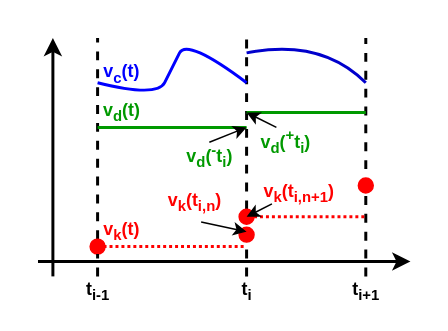
The draw.io diagram docs/images/PieceWiseContinuousVariables.drawio in modelica/fmi-standard, before the edit. Source tidied: cells renumbered, new cells numbered last; positions are measured from the earlier drawing's top-left corner, leaving out a move shared by most shapes. Both pictures are drawn from the tidied source at 149%, with x=0, y=0 at pixel (37, 37).
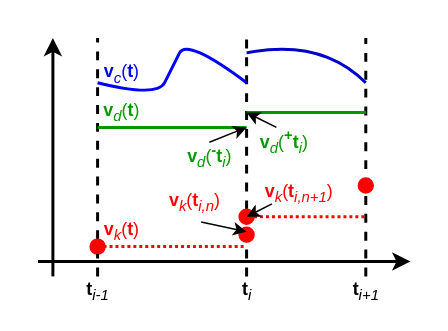
Above is the later version.

The edit, as a diff of the source:
```diff
@@
-    <mxCell id="18" value="&lt;b&gt;t&lt;sub&gt;i-1&lt;/sub&gt;&lt;/b&gt;" style="text;html=1;align=center;verticalAlign=middle;fillColor=none;strokeColor=none;rounded=0;" parent="1" vertex="1">
+    <mxCell id="18" value="&lt;b&gt;t&lt;/b&gt;&lt;sub&gt;&lt;i&gt;i-1&lt;/i&gt;&lt;/sub&gt;" style="text;html=1;align=center;verticalAlign=middle;fillColor=none;strokeColor=none;rounded=0;" parent="1" vertex="1">
       <mxGeometry x="25" y="160" width="30" height="20" as="geometry" />
     </mxCell>
-    <mxCell id="19" value="&lt;b&gt;t&lt;sub&gt;i+1&lt;/sub&gt;&lt;/b&gt;" style="text;html=1;align=center;verticalAlign=middle;fillColor=none;strokeColor=none;rounded=0;" parent="1" vertex="1">
+    <mxCell id="19" value="&lt;b&gt;t&lt;/b&gt;&lt;sub&gt;&lt;i&gt;i+1&lt;/i&gt;&lt;/sub&gt;" style="text;html=1;align=center;verticalAlign=middle;fillColor=none;strokeColor=none;rounded=0;" parent="1" vertex="1">
       <mxGeometry x="205" y="160" width="30" height="20" as="geometry" />
     </mxCell>
-    <mxCell id="20" value="&lt;b&gt;t&lt;sub&gt;i&lt;/sub&gt;&lt;/b&gt;" style="text;html=1;align=center;verticalAlign=middle;fillColor=none;strokeColor=none;rounded=0;" parent="1" vertex="1">
+    <mxCell id="20" value="&lt;b&gt;t&lt;/b&gt;&lt;sub&gt;&lt;i&gt;i&lt;/i&gt;&lt;/sub&gt;" style="text;html=1;align=center;verticalAlign=middle;fillColor=none;strokeColor=none;rounded=0;" parent="1" vertex="1">
       <mxGeometry x="130" y="160" width="20" height="20" as="geometry" />
     </mxCell>
-    <mxCell id="21" value="&lt;font color=&quot;#0000ff&quot;&gt;&lt;b&gt;v&lt;sub&gt;c&lt;/sub&gt;&lt;/b&gt;&lt;b&gt;(t)&lt;/b&gt;&lt;/font&gt;" style="text;html=1;align=center;verticalAlign=middle;fillColor=none;strokeColor=none;rounded=0;" parent="1" vertex="1">
+    <mxCell id="21" value="&lt;font color=&quot;#0000ff&quot;&gt;&lt;b&gt;v&lt;/b&gt;&lt;sub&gt;&lt;i&gt;c&lt;/i&gt;&lt;/sub&gt;(&lt;b&gt;t&lt;/b&gt;)&lt;/font&gt;" style="text;html=1;align=center;verticalAlign=middle;fillColor=none;strokeColor=none;rounded=0;" parent="1" vertex="1">
       <mxGeometry x="36" y="14" width="40" height="20" as="geometry" />
     </mxCell>
-    <mxCell id="22" value="&lt;font color=&quot;#009900&quot;&gt;&lt;b&gt;v&lt;sub&gt;d&lt;/sub&gt;&lt;/b&gt;&lt;b&gt;(t)&lt;/b&gt;&lt;/font&gt;" style="text;html=1;align=center;verticalAlign=middle;fillColor=none;strokeColor=none;rounded=0;" parent="1" vertex="1">
+    <mxCell id="22" value="&lt;font color=&quot;#009900&quot;&gt;&lt;b&gt;v&lt;/b&gt;&lt;sub&gt;&lt;i&gt;d&lt;/i&gt;&lt;/sub&gt;(&lt;b&gt;t&lt;/b&gt;)&lt;/font&gt;" style="text;html=1;align=center;verticalAlign=middle;fillColor=none;strokeColor=none;rounded=0;" parent="1" vertex="1">
       <mxGeometry x="36" y="40" width="40" height="20" as="geometry" />
     </mxCell>
-    <mxCell id="23" value="&lt;font color=&quot;#ff0000&quot;&gt;&lt;b&gt;v&lt;sub&gt;k&lt;/sub&gt;&lt;/b&gt;&lt;b&gt;(t)&lt;/b&gt;&lt;/font&gt;" style="text;html=1;align=center;verticalAlign=middle;fillColor=none;strokeColor=none;rounded=0;" parent="1" vertex="1">
+    <mxCell id="23" value="&lt;font color=&quot;#ff0000&quot;&gt;&lt;b&gt;v&lt;/b&gt;&lt;sub&gt;&lt;i&gt;k&lt;/i&gt;&lt;/sub&gt;(&lt;b&gt;t&lt;/b&gt;)&lt;/font&gt;" style="text;html=1;align=center;verticalAlign=middle;fillColor=none;strokeColor=none;rounded=0;" parent="1" vertex="1">
       <mxGeometry x="36" y="120" width="40" height="20" as="geometry" />
     </mxCell>
-    <mxCell id="24" value="&lt;font color=&quot;#009900&quot;&gt;&lt;b&gt;v&lt;sub&gt;d&lt;/sub&gt;&lt;/b&gt;&lt;b&gt;(&lt;sup&gt;-&lt;/sup&gt;t&lt;sub&gt;i&lt;/sub&gt;)&lt;/b&gt;&lt;/font&gt;" style="text;html=1;align=center;verticalAlign=middle;points=[];fillColor=none;strokeColor=none;rounded=0;" parent="1" vertex="1">
+    <mxCell id="24" value="&lt;font color=&quot;#009900&quot;&gt;&lt;b&gt;v&lt;/b&gt;&lt;sub&gt;&lt;i&gt;d&lt;/i&gt;&lt;/sub&gt;(&lt;sup style=&quot;font-weight: bold&quot;&gt;-&lt;/sup&gt;&lt;b&gt;t&lt;/b&gt;&lt;sub&gt;&lt;i&gt;i&lt;/i&gt;&lt;/sub&gt;)&lt;/font&gt;" style="text;html=1;align=center;verticalAlign=middle;points=[];fillColor=none;strokeColor=none;rounded=0;" parent="1" vertex="1">
       <mxGeometry x="90" y="65" width="50" height="30" as="geometry" />
     </mxCell>
-    <mxCell id="25" value="&lt;font color=&quot;#009900&quot;&gt;&lt;b&gt;v&lt;sub&gt;d&lt;/sub&gt;&lt;/b&gt;&lt;b&gt;(&lt;sup&gt;+&lt;/sup&gt;t&lt;sub&gt;i&lt;/sub&gt;)&lt;/b&gt;&lt;/font&gt;" style="text;html=1;align=center;verticalAlign=middle;fillColor=none;strokeColor=none;rounded=0;" parent="1" vertex="1">
-      <mxGeometry x="141" y="55" width="50" height="30" as="geometry" />
+    <mxCell id="25" value="&lt;font color=&quot;#009900&quot;&gt;&lt;b&gt;v&lt;/b&gt;&lt;sub&gt;&lt;i&gt;d&lt;/i&gt;&lt;/sub&gt;(&lt;sup style=&quot;font-weight: bold&quot;&gt;+&lt;/sup&gt;&lt;b&gt;t&lt;/b&gt;&lt;sub&gt;&lt;i&gt;i&lt;/i&gt;&lt;/sub&gt;)&lt;/font&gt;" style="text;html=1;align=center;verticalAlign=middle;fillColor=none;strokeColor=none;rounded=0;" parent="1" vertex="1">
+      <mxGeometry x="140" y="55" width="50" height="30" as="geometry" />
     </mxCell>
@@
-    <mxCell id="29" value="&lt;font color=&quot;#ff0000&quot;&gt;&lt;b&gt;v&lt;sub&gt;k&lt;/sub&gt;&lt;/b&gt;&lt;b&gt;(t&lt;sub&gt;i,n&lt;/sub&gt;)&lt;/b&gt;&lt;/font&gt;" style="text;html=1;align=center;verticalAlign=middle;points=[];fillColor=none;strokeColor=none;rounded=0;" parent="1" vertex="1">
+    <mxCell id="29" value="&lt;font color=&quot;#ff0000&quot;&gt;&lt;b&gt;v&lt;/b&gt;&lt;sub&gt;&lt;i&gt;k&lt;/i&gt;&lt;/sub&gt;(&lt;b&gt;t&lt;/b&gt;&lt;sub&gt;&lt;i&gt;i,n&lt;/i&gt;&lt;/sub&gt;)&lt;/font&gt;" style="text;html=1;align=center;verticalAlign=middle;points=[];fillColor=none;strokeColor=none;rounded=0;" parent="1" vertex="1">
       <mxGeometry x="80" y="100" width="50" height="20" as="geometry" />
     </mxCell>
-    <mxCell id="30" value="&lt;font color=&quot;#ff0000&quot;&gt;&lt;b&gt;v&lt;sub&gt;k&lt;/sub&gt;&lt;/b&gt;&lt;b&gt;(t&lt;sub&gt;i,n+1&lt;/sub&gt;)&lt;/b&gt;&lt;/font&gt;" style="text;html=1;align=center;verticalAlign=middle;points=[];fillColor=none;strokeColor=none;rounded=0;" parent="1" vertex="1">
+    <mxCell id="30" value="&lt;font color=&quot;#ff0000&quot;&gt;&lt;b&gt;v&lt;/b&gt;&lt;sub&gt;&lt;i&gt;k&lt;/i&gt;&lt;/sub&gt;(&lt;b&gt;t&lt;/b&gt;&lt;sub&gt;&lt;i&gt;i,n+1&lt;/i&gt;&lt;/sub&gt;)&lt;/font&gt;" style="text;html=1;align=center;verticalAlign=middle;points=[];fillColor=none;strokeColor=none;rounded=0;" parent="1" vertex="1">
       <mxGeometry x="145" y="94" width="60" height="20" as="geometry" />
     </mxCell>
```
